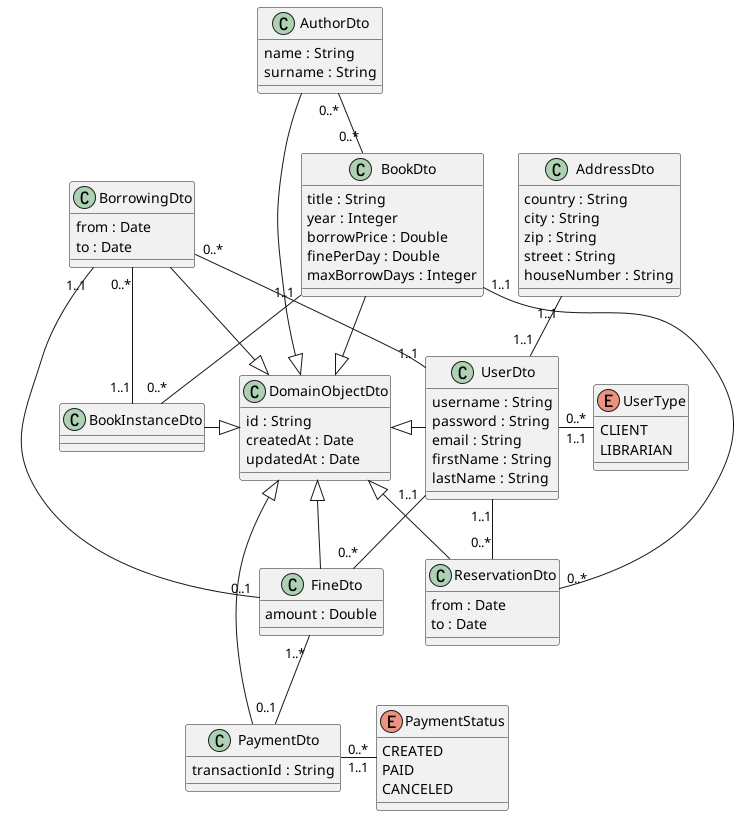
Before: docs/DtoClassDiagram.png, a diagram exported from PlantUML (Prucek/library-management-system). The source it was exported from:
```plantuml
@startuml

class DomainObjectDto {
    id : String
    createdAt : Date
    updatedAt : Date
}


class BookDto {
    title : String
    year : Integer
    borrowPrice : Double
    finePerDay : Double
    maxBorrowDays : Integer
}
BookDto -r-|> DomainObjectDto

class AuthorDto {
    name : String
    surname : String
}
AuthorDto -r-|> DomainObjectDto

BookDto "0..*" -u- "0..*" AuthorDto

class BookInstanceDto {
}
BookInstanceDto -r-|> DomainObjectDto

BookDto "1..1" -d- "0..*" BookInstanceDto

class BorrowingDto {
    from : Date
    to : Date
}
BorrowingDto -r-|> DomainObjectDto

BorrowingDto "0..*" -d- "1..1" BookInstanceDto
BorrowingDto "0..*" -- "1..1" UserDto
BorrowingDto "1..1" -- "0..1" FineDto


class ReservationDto {
    from : Date
    to : Date
}
ReservationDto -r-|> DomainObjectDto

ReservationDto "0..*" -u- "1..1" BookDto
ReservationDto "0..*" -u- "1..1" UserDto

class UserDto {
    username : String
    password : String
    email : String
    firstName : String
    lastName : String
}
UserDto -l-|> DomainObjectDto

UserDto "1..1" -u- "1..1" AddressDto
UserDto "0..*" -r- "1..1" UserType

enum UserType {
    CLIENT
    LIBRARIAN
}

class AddressDto {
    country : String
    city : String
    zip : String
    street : String
    houseNumber : String
}

class FineDto {
    amount : Double

}
FineDto -l-|> DomainObjectDto

FineDto "0..*" -u- "1..1" UserDto
FineDto "1..*" -d- "0..1" PaymentDto

class PaymentDto {
    transactionId : String
}
PaymentDto -l-|> DomainObjectDto

PaymentDto "0..*" -r- "1..1" PaymentStatus

enum PaymentStatus {
    CREATED
    PAID
    CANCELED
}

@enduml
```
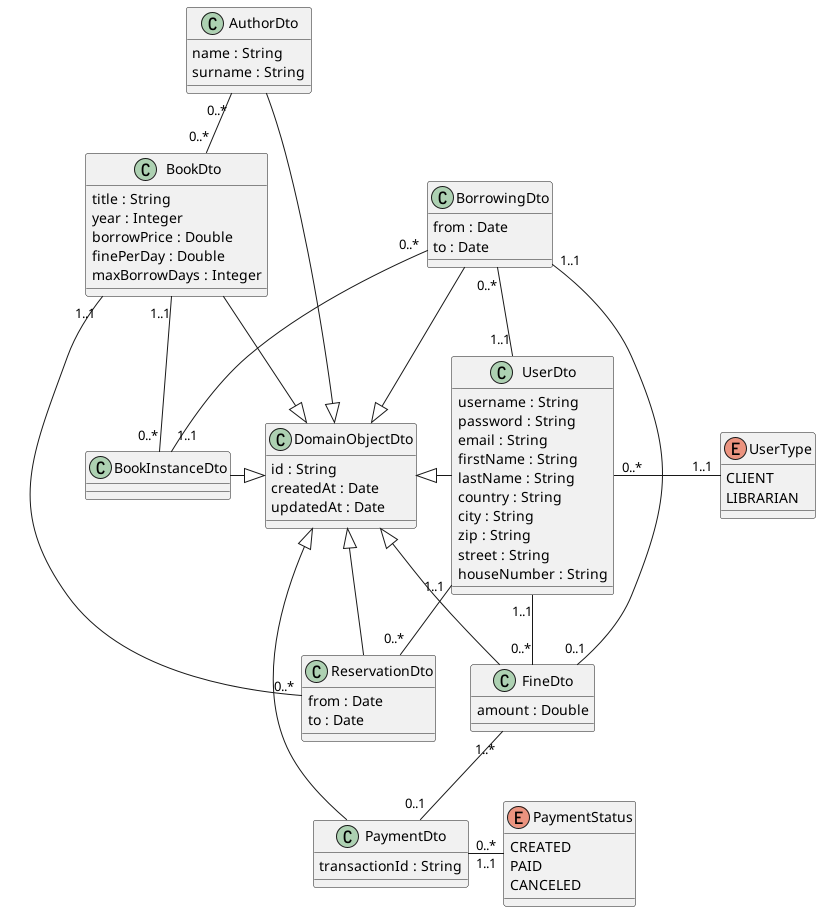
Later version of the same file.

The edit, as a diff of the source:
```diff
@@ -56,23 +56,19 @@
     email : String
     firstName : String
     lastName : String
+    country : String
+    city : String
+    zip : String
+    street : String
+    houseNumber : String
 }
 UserDto -l-|> DomainObjectDto
 
-UserDto "1..1" -u- "1..1" AddressDto
 UserDto "0..*" -r- "1..1" UserType
 
 enum UserType {
     CLIENT
     LIBRARIAN
-}
-
-class AddressDto {
-    country : String
-    city : String
-    zip : String
-    street : String
-    houseNumber : String
 }
 
 class FineDto {
```
